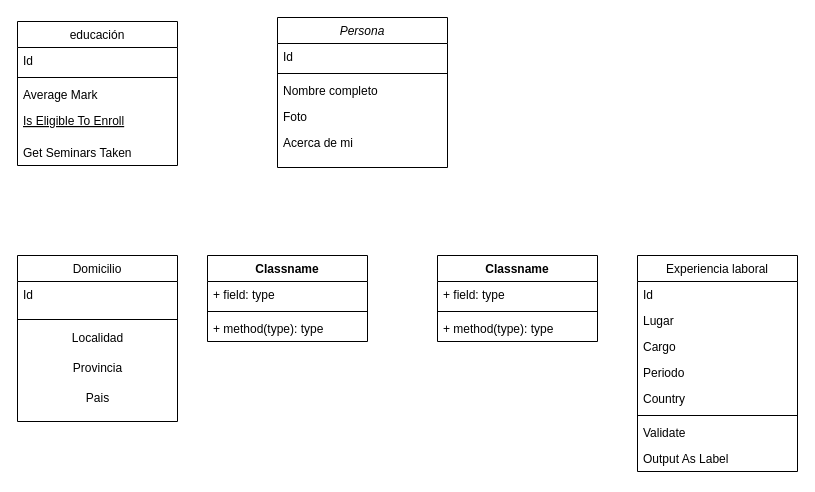
Earlier version of the draw.io diagram Diagrama base de datos.drawio (V3nd3/FrontEnd). Source tidied: cells renumbered, new cells numbered last; positions are measured from the earlier drawing's top-left corner, leaving out a move shared by most shapes. Both pictures are drawn from the tidied source at 100%, with x=0, y=0 at pixel (17, 17).
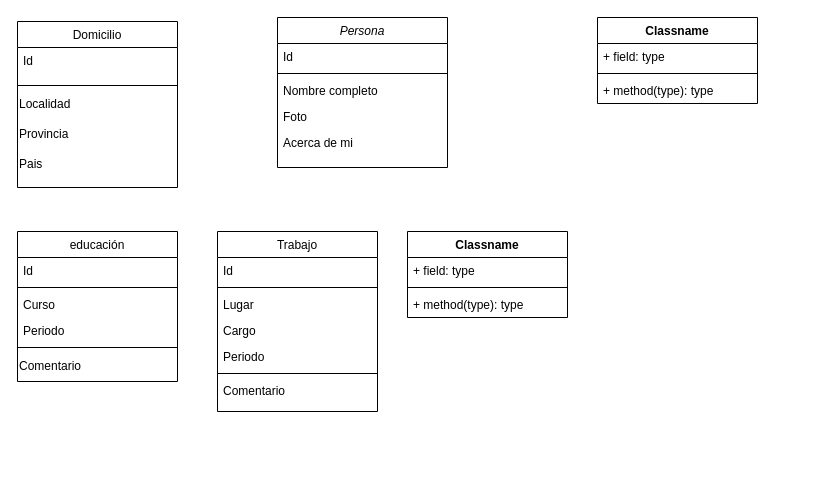
The same diagram, later.

Change to the diagram source:
```diff
@@
     <mxCell id="8" value="educación" style="swimlane;fontStyle=0;align=center;verticalAlign=top;horizontal=1;startSize=26;rounded=0;shadow=0;strokeWidth=1;" parent="1" vertex="1">
-      <mxGeometry y="4" width="160" height="144" as="geometry" />
+      <mxGeometry y="214" width="160" height="150" as="geometry" />
     </mxCell>
@@
-    <mxCell id="11" value="Average Mark" style="text;align=left;verticalAlign=top;spacingLeft=4;spacingRight=4;overflow=hidden;rounded=0;shadow=0;html=0;" parent="8" vertex="1">
+    <mxCell id="11" value="Curso" style="text;align=left;verticalAlign=top;spacingLeft=4;spacingRight=4;overflow=hidden;rounded=0;shadow=0;html=0;" parent="8" vertex="1">
       <mxGeometry y="60" width="160" height="26" as="geometry" />
     </mxCell>
-    <mxCell id="12" value="Is Eligible To Enroll" style="text;align=left;verticalAlign=top;spacingLeft=4;spacingRight=4;overflow=hidden;fontStyle=4;" parent="8" vertex="1">
-      <mxGeometry y="86" width="160" height="32" as="geometry" />
-    </mxCell>
-    <mxCell id="13" value="Get Seminars Taken" style="text;align=left;verticalAlign=top;spacingLeft=4;spacingRight=4;overflow=hidden;" parent="8" vertex="1">
-      <mxGeometry y="118" width="160" height="26" as="geometry" />
+    <mxCell id="13" value="Periodo" style="text;align=left;verticalAlign=top;spacingLeft=4;spacingRight=4;overflow=hidden;" parent="8" vertex="1">
+      <mxGeometry y="86" width="160" height="26" as="geometry" />
     </mxCell>
+    <mxCell id="37" style="line;html=1;strokeWidth=1;align=left;verticalAlign=middle;spacingTop=-1;spacingLeft=3;spacingRight=3;labelPosition=right;" parent="8" vertex="1">
+      <mxGeometry y="112" width="160" height="8" as="geometry" />
+    </mxCell>
+    <mxCell id="38" value="Comentario" style="text;html=1;align=left;verticalAlign=middle;strokeColor=none;fillColor=none;" parent="8" vertex="1">
+      <mxGeometry y="120" width="160" height="30" as="geometry" />
+    </mxCell>
     <mxCell id="14" value="Domicilio" style="swimlane;fontStyle=0;align=center;verticalAlign=top;horizontal=1;startSize=26;rounded=0;shadow=0;strokeWidth=1;" parent="1" vertex="1">
-      <mxGeometry y="238" width="160" height="166" as="geometry" />
+      <mxGeometry y="4" width="160" height="166" as="geometry" />
     </mxCell>
@@
-    <mxCell id="17" value="Localidad" style="text;html=1;align=center;verticalAlign=middle;strokeColor=none;fillColor=none;" parent="14" vertex="1">
+    <mxCell id="17" value="Localidad" style="text;html=1;align=left;verticalAlign=middle;strokeColor=none;fillColor=none;" parent="14" vertex="1">
       <mxGeometry y="68" width="160" height="30" as="geometry" />
     </mxCell>
-    <mxCell id="18" value="Provincia" style="text;html=1;align=center;verticalAlign=middle;strokeColor=none;fillColor=none;" parent="14" vertex="1">
+    <mxCell id="18" value="Provincia" style="text;html=1;align=left;verticalAlign=middle;strokeColor=none;fillColor=none;" parent="14" vertex="1">
       <mxGeometry y="98" width="160" height="30" as="geometry" />
     </mxCell>
-    <mxCell id="19" value="Pais" style="text;html=1;align=center;verticalAlign=middle;strokeColor=none;fillColor=none;" parent="14" vertex="1">
+    <mxCell id="19" value="Pais" style="text;html=1;align=left;verticalAlign=middle;strokeColor=none;fillColor=none;" parent="14" vertex="1">
       <mxGeometry y="128" width="160" height="30" as="geometry" />
     </mxCell>
-    <mxCell id="20" value="Experiencia laboral" style="swimlane;fontStyle=0;align=center;verticalAlign=top;horizontal=1;startSize=26;rounded=0;shadow=0;strokeWidth=1;" parent="1" vertex="1">
-      <mxGeometry x="620" y="238" width="160" height="216" as="geometry" />
+    <mxCell id="20" value="Trabajo" style="swimlane;fontStyle=0;align=center;verticalAlign=top;horizontal=1;startSize=26;rounded=0;shadow=0;strokeWidth=1;" parent="1" vertex="1">
+      <mxGeometry x="200" y="214" width="160" height="180" as="geometry" />
     </mxCell>
@@
+    <mxCell id="26" style="line;html=1;strokeWidth=1;align=left;verticalAlign=middle;spacingTop=-1;spacingLeft=3;spacingRight=3;labelPosition=right;" parent="20" vertex="1">
+      <mxGeometry y="52" width="160" height="8" as="geometry" />
+    </mxCell>
     <mxCell id="22" value="Lugar" style="text;align=left;verticalAlign=top;spacingLeft=4;spacingRight=4;overflow=hidden;rounded=0;shadow=0;html=0;" parent="20" vertex="1">
-      <mxGeometry y="52" width="160" height="26" as="geometry" />
+      <mxGeometry y="60" width="160" height="26" as="geometry" />
     </mxCell>
     <mxCell id="23" value="Cargo" style="text;align=left;verticalAlign=top;spacingLeft=4;spacingRight=4;overflow=hidden;rounded=0;shadow=0;html=0;" parent="20" vertex="1">
-      <mxGeometry y="78" width="160" height="26" as="geometry" />
+      <mxGeometry y="86" width="160" height="26" as="geometry" />
     </mxCell>
     <mxCell id="24" value="Periodo" style="text;align=left;verticalAlign=top;spacingLeft=4;spacingRight=4;overflow=hidden;rounded=0;shadow=0;html=0;" parent="20" vertex="1">
-      <mxGeometry y="104" width="160" height="26" as="geometry" />
+      <mxGeometry y="112" width="160" height="26" as="geometry" />
     </mxCell>
+    <mxCell id="39" style="line;html=1;strokeWidth=1;align=left;verticalAlign=middle;spacingTop=-1;spacingLeft=3;spacingRight=3;labelPosition=right;" parent="20" vertex="1">
+      <mxGeometry y="138" width="160" height="8" as="geometry" />
+    </mxCell>
-    <mxCell id="25" value="Country" style="text;align=left;verticalAlign=top;spacingLeft=4;spacingRight=4;overflow=hidden;rounded=0;shadow=0;html=0;" parent="20" vertex="1">
-      <mxGeometry y="130" width="160" height="26" as="geometry" />
+    <mxCell id="25" value="Comentario" style="text;align=left;verticalAlign=top;spacingLeft=4;spacingRight=4;overflow=hidden;rounded=0;shadow=0;html=0;" parent="20" vertex="1">
+      <mxGeometry y="146" width="160" height="26" as="geometry" />
     </mxCell>
-    <mxCell id="26" style="line;html=1;strokeWidth=1;align=left;verticalAlign=middle;spacingTop=-1;spacingLeft=3;spacingRight=3;labelPosition=right;" parent="20" vertex="1">
-      <mxGeometry y="156" width="160" height="8" as="geometry" />
-    </mxCell>
-    <mxCell id="27" value="Validate" style="text;align=left;verticalAlign=top;spacingLeft=4;spacingRight=4;overflow=hidden;" parent="20" vertex="1">
-      <mxGeometry y="164" width="160" height="26" as="geometry" />
-    </mxCell>
-    <mxCell id="28" value="Output As Label" style="text;align=left;verticalAlign=top;spacingLeft=4;spacingRight=4;overflow=hidden;" parent="20" vertex="1">
-      <mxGeometry y="190" width="160" height="26" as="geometry" />
-    </mxCell>
     <mxCell id="29" value="Classname" style="swimlane;fontStyle=1;align=center;verticalAlign=top;horizontal=1;startSize=26;shadow=0;" parent="1" vertex="1">
-      <mxGeometry x="190" y="238" width="160" height="86" as="geometry" />
+      <mxGeometry x="390" y="214" width="160" height="86" as="geometry" />
     </mxCell>
@@
     <mxCell id="33" value="Classname" style="swimlane;fontStyle=1;align=center;verticalAlign=top;horizontal=1;startSize=26;shadow=0;" parent="1" vertex="1">
-      <mxGeometry x="420" y="238" width="160" height="86" as="geometry" />
+      <mxGeometry x="580" width="160" height="86" as="geometry" />
     </mxCell>
```
